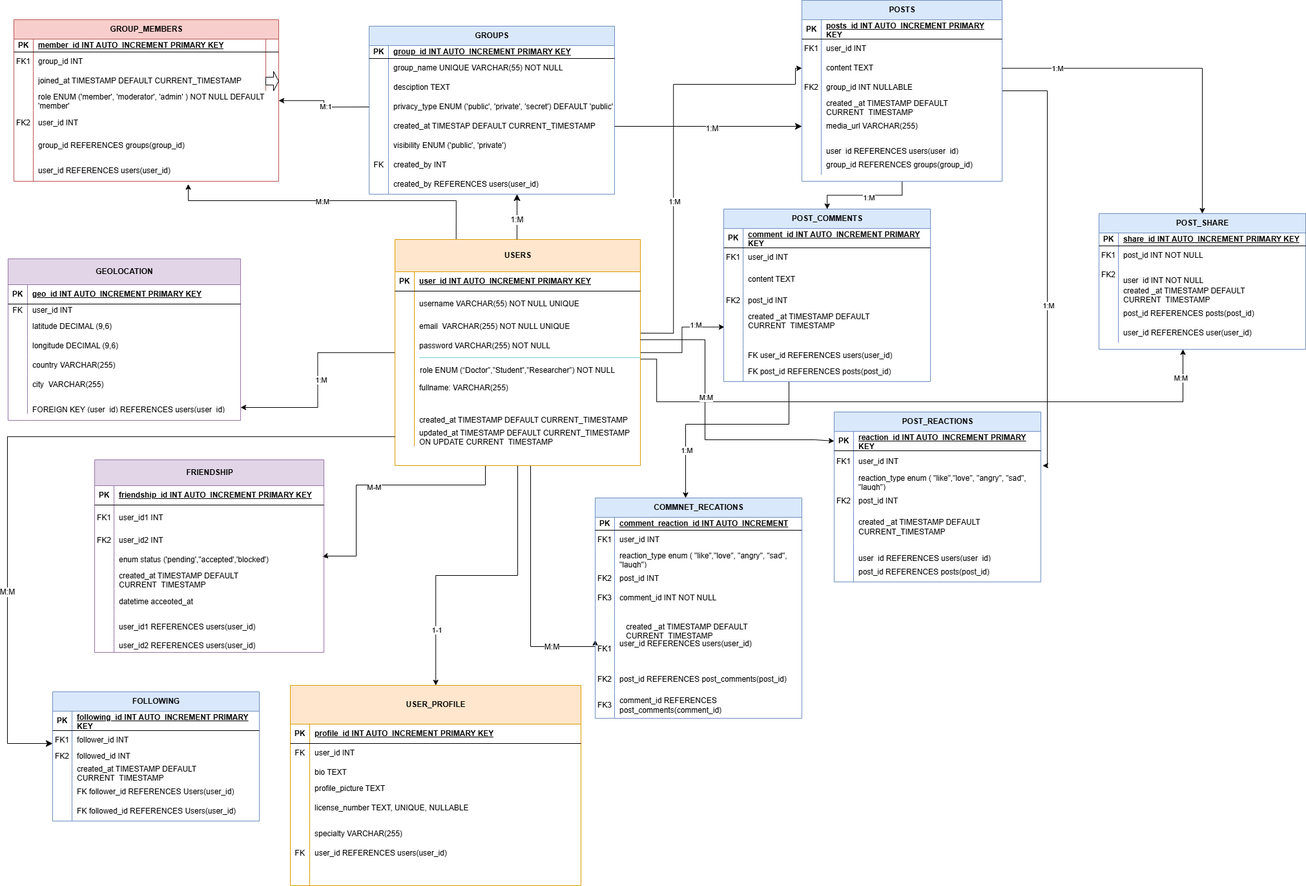
This is DB_Elisabed_Bezhiashvili_HW_SocialMedia_diagram.png from elisabed-coder/Elisabed_Bezhiashvili_SP25, a draw.io export, as it was before one commit. Source tidied: cells renumbered, new cells last; positions are measured from the earlier drawing's top-left corner, leaving out a move shared by most shapes.
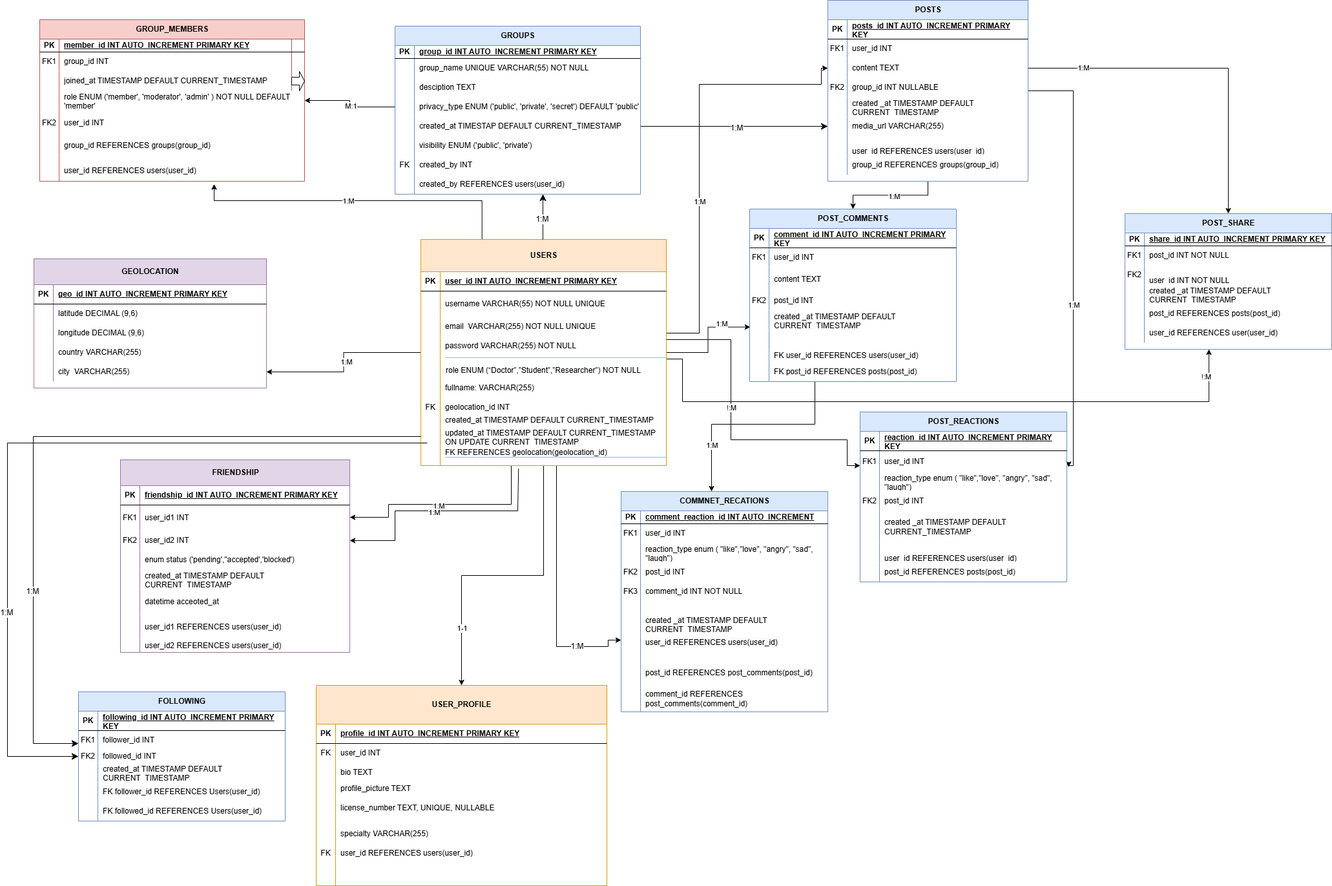
The same diagram one commit later.

Change to the diagram source:
```diff
@@ -14,3 +14,3 @@
     </mxCell>
-    <mxCell id="3" value="M:M" style="edgeLabel;html=1;align=center;verticalAlign=middle;" parent="2" vertex="1">
+    <mxCell id="3" value="1:M" style="edgeLabel;html=1;align=center;verticalAlign=middle;" parent="2" vertex="1">
       <mxGeometry x="0.06" relative="1" as="geometry">
@@ -19,3 +19,3 @@
     </mxCell>
-    <mxCell id="4" style="edgeStyle=orthogonalEdgeStyle;rounded=0;jettySize=auto;html=1;entryX=1;entryY=0.667;entryDx=0;entryDy=0;entryPerimeter=0;" parent="1" edge="1" source="18" target="114">
+    <mxCell id="4" style="edgeStyle=orthogonalEdgeStyle;rounded=0;jettySize=auto;html=1;entryX=1;entryY=0.5;entryDx=0;entryDy=0;" parent="1" edge="1" source="18" target="111">
       <mxGeometry relative="1" as="geometry" />
@@ -25,9 +25,9 @@
     </mxCell>
-    <mxCell id="6" style="edgeStyle=orthogonalEdgeStyle;rounded=0;jettySize=auto;html=1;entryX=0.994;entryY=0.333;entryDx=0;entryDy=0;entryPerimeter=0;" parent="1" edge="1" source="18" target="127">
+    <mxCell id="6" style="edgeStyle=orthogonalEdgeStyle;rounded=0;jettySize=auto;html=1;entryX=1;entryY=0.5;entryDx=0;entryDy=0;" parent="1" edge="1" source="18" target="121">
       <mxGeometry relative="1" as="geometry">
         <Array as="points">
-          <mxPoint x="740" y="750" />
-          <mxPoint x="540" y="750" />
-          <mxPoint x="540" y="860" />
-          <mxPoint x="493" y="860" />
+          <mxPoint x="740" y="780" />
+          <mxPoint x="550" y="780" />
+          <mxPoint x="550" y="800" />
+          <mxPoint x="490" y="800" />
         </Array>
@@ -35,3 +35,3 @@
     </mxCell>
-    <mxCell id="7" value="M-M" style="edgeLabel;html=1;align=center;verticalAlign=middle;" parent="6" vertex="1">
+    <mxCell id="7" value="1:M" style="edgeLabel;html=1;align=center;verticalAlign=middle;" parent="6" vertex="1">
       <mxGeometry x="0.05" y="2" relative="1" as="geometry" />
@@ -65,6 +65,9 @@
     </mxCell>
-    <mxCell id="14" style="edgeStyle=orthogonalEdgeStyle;rounded=0;jettySize=auto;html=1;entryX=0;entryY=0.414;entryDx=0;entryDy=0;entryPerimeter=0;" parent="1" edge="1" source="18" target="243">
+    <mxCell id="14" style="edgeStyle=orthogonalEdgeStyle;rounded=0;jettySize=auto;html=1;" parent="1" edge="1" source="18">
       <mxGeometry relative="1" as="geometry">
+        <mxPoint x="910" y="990" as="targetPoint" />
         <Array as="points">
           <mxPoint x="810" y="1000" />
+          <mxPoint x="890" y="1000" />
+          <mxPoint x="890" y="990" />
         </Array>
@@ -72,3 +75,3 @@
     </mxCell>
-    <mxCell id="15" value="M:M" style="edgeLabel;html=1;align=center;verticalAlign=middle;fontSize=12;" parent="14" vertex="1">
+    <mxCell id="15" value="1:M" style="edgeLabel;html=1;align=center;verticalAlign=middle;fontSize=12;" parent="14" vertex="1">
       <mxGeometry x="0.6" y="1" relative="1" as="geometry">
@@ -87,3 +90,3 @@
     </mxCell>
-    <mxCell id="17" value="M:M" style="edgeLabel;html=1;align=center;verticalAlign=middle;" parent="16" vertex="1">
+    <mxCell id="17" value="!:M" style="edgeLabel;html=1;align=center;verticalAlign=middle;" parent="16" vertex="1">
       <mxGeometry x="0.92" y="5" relative="1" as="geometry" />
@@ -150,6 +153,6 @@
     </mxCell>
-    <mxCell id="38" style="shape=partialRectangle;fillColor=none;top=0;left=0;bottom=0;right=0;overflow=hidden;whiteSpace=wrap;html=1;" parent="37" vertex="1">
+    <mxCell id="38" value="FK" style="shape=partialRectangle;fillColor=none;top=0;left=0;bottom=0;right=0;overflow=hidden;whiteSpace=wrap;html=1;" parent="37" vertex="1">
       <mxGeometry width="30" height="20" as="geometry" />
     </mxCell>
-    <mxCell id="39" style="shape=partialRectangle;fillColor=none;top=0;left=0;bottom=0;right=0;align=left;spacingLeft=6;overflow=hidden;whiteSpace=wrap;html=1;" parent="37" vertex="1">
+    <mxCell id="39" value="geolocation_id INT&amp;nbsp;" style="shape=partialRectangle;fillColor=none;top=0;left=0;bottom=0;right=0;align=left;spacingLeft=6;overflow=hidden;whiteSpace=wrap;html=1;" parent="37" vertex="1">
       <mxGeometry x="30" width="350" height="20" as="geometry" />
@@ -174,2 +177,11 @@
     </mxCell>
+    <mxCell id="330" style="shape=tableRow;horizontal=0;startSize=0;swimlaneHead=0;swimlaneBody=0;fillColor=none;points=[[0,0.5],[1,0.5]];portConstraint=eastwest;top=0;left=0;right=0;bottom=0;" parent="18" vertex="1">
+      <mxGeometry y="320" width="380" height="30" as="geometry" />
+    </mxCell>
+    <mxCell id="115" style="shape=partialRectangle;fillColor=none;top=0;left=0;bottom=0;right=0;overflow=hidden;whiteSpace=wrap;html=1;" parent="330" vertex="1">
+      <mxGeometry width="30" height="30" as="geometry" />
+    </mxCell>
+    <mxCell id="331" value="&lt;div&gt;&lt;span style=&quot;background-color: transparent; color: light-dark(rgb(0, 0, 0), rgb(255, 255, 255));&quot;&gt;FK REFERENCES geolocation(geolocation_id)&lt;/span&gt;&lt;/div&gt;&lt;div&gt;&lt;table style=&quot;margin-left:-5.4pt;border-collapse:collapse;mso-table-layout-alt:fixed;&amp;lt;br/&amp;gt; border:none;mso-border-alt:solid #76CDD8 .5pt;mso-padding-alt:0in 5.4pt 0in 5.4pt;&amp;lt;br/&amp;gt; mso-border-insideh:.5pt solid #76CDD8;mso-border-insidev:.5pt solid #76CDD8&quot; width=&quot;653&quot; cellpadding=&quot;0&quot; cellspacing=&quot;0&quot; border=&quot;1&quot; class=&quot;MsoNormalTable&quot;&gt; &lt;tbody&gt;&lt;tr style=&quot;mso-yfti-irow:0;mso-yfti-firstrow:yes;mso-yfti-lastrow:yes;&amp;lt;br/&amp;gt;  height:27.7pt&quot;&gt;  &lt;td style=&quot;width: 122.5pt; border: 1pt solid rgb(118, 205, 216); padding: 0in 5.4pt; height: 27.7pt;&quot; valign=&quot;top&quot; width=&quot;163&quot;&gt;&lt;br&gt;  &lt;p class=&quot;MsoBodyText&quot;&gt;&lt;br&gt;&lt;/p&gt;  &lt;/td&gt; &lt;/tr&gt;&lt;/tbody&gt;&lt;/table&gt;&lt;/div&gt;" style="shape=partialRectangle;fillColor=none;top=0;left=0;bottom=0;right=0;align=left;spacingLeft=6;overflow=hidden;whiteSpace=wrap;html=1;" parent="330" vertex="1">
+      <mxGeometry x="30" width="350" height="30" as="geometry" />
+    </mxCell>
     <mxCell id="46" value="GROUP_MEMBERS" style="shape=table;startSize=30;rowLines=0;fontStyle=1;align=center;html=1;fillColor=#f8cecc;strokeColor=#b85450;" parent="1" vertex="1">
@@ -325,3 +337,3 @@
     <mxCell id="95" value="GEOLOCATION" style="shape=table;startSize=40;rowLines=0;fontStyle=1;align=center;html=1;fillColor=#e1d5e7;strokeColor=#9673a6;" parent="1" vertex="1">
-      <mxGeometry x="1" y="400" width="360" height="250" as="geometry" />
+      <mxGeometry x="1" y="400" width="360" height="200" as="geometry" />
     </mxCell>
@@ -336,13 +348,4 @@
     </mxCell>
-    <mxCell id="99" style="shape=tableRow;horizontal=0;startSize=0;swimlaneHead=0;swimlaneBody=0;fillColor=none;top=0;left=0;right=0;bottom=0;" parent="95" vertex="1">
-      <mxGeometry y="70" width="360" height="20" as="geometry" />
-    </mxCell>
-    <mxCell id="100" value="FK" style="shape=partialRectangle;fillColor=none;top=0;left=0;bottom=0;right=0;overflow=hidden;whiteSpace=wrap;html=1;" parent="99" vertex="1">
-      <mxGeometry width="30" height="20" as="geometry" />
-    </mxCell>
-    <mxCell id="101" value="user_id INT" style="shape=partialRectangle;fillColor=none;top=0;left=0;bottom=0;right=0;align=left;spacingLeft=6;overflow=hidden;whiteSpace=wrap;html=1;" parent="99" vertex="1">
-      <mxGeometry x="30" width="330" height="20" as="geometry" />
-    </mxCell>
     <mxCell id="102" style="shape=tableRow;horizontal=0;startSize=0;swimlaneHead=0;swimlaneBody=0;fillColor=none;top=0;left=0;right=0;bottom=0;" parent="95" vertex="1">
-      <mxGeometry y="90" width="360" height="30" as="geometry" />
+      <mxGeometry y="70" width="360" height="30" as="geometry" />
     </mxCell>
@@ -355,3 +358,3 @@
     <mxCell id="105" style="shape=tableRow;horizontal=0;startSize=0;swimlaneHead=0;swimlaneBody=0;fillColor=none;top=0;left=0;right=0;bottom=0;" parent="95" vertex="1">
-      <mxGeometry y="120" width="360" height="30" as="geometry" />
+      <mxGeometry y="100" width="360" height="30" as="geometry" />
     </mxCell>
@@ -364,3 +367,3 @@
     <mxCell id="108" style="shape=tableRow;horizontal=0;startSize=0;swimlaneHead=0;swimlaneBody=0;fillColor=none;top=0;left=0;right=0;bottom=0;" parent="95" vertex="1">
-      <mxGeometry y="150" width="360" height="30" as="geometry" />
+      <mxGeometry y="130" width="360" height="30" as="geometry" />
     </mxCell>
@@ -373,3 +376,3 @@
     <mxCell id="111" style="shape=tableRow;horizontal=0;startSize=0;swimlaneHead=0;swimlaneBody=0;fillColor=none;points=[[0,0.5],[1,0.5]];portConstraint=eastwest;top=0;left=0;right=0;bottom=0;" parent="95" vertex="1">
-      <mxGeometry y="180" width="360" height="30" as="geometry" />
+      <mxGeometry y="160" width="360" height="30" as="geometry" />
     </mxCell>
@@ -381,11 +384,2 @@
     </mxCell>
-    <mxCell id="114" style="shape=tableRow;horizontal=0;startSize=0;swimlaneHead=0;swimlaneBody=0;fillColor=none;points=[[0,0.5],[1,0.5]];portConstraint=eastwest;top=0;left=0;right=0;bottom=0;" parent="95" vertex="1">
-      <mxGeometry y="210" width="360" height="30" as="geometry" />
-    </mxCell>
-    <mxCell id="115" style="shape=partialRectangle;fillColor=none;top=0;left=0;bottom=0;right=0;overflow=hidden;whiteSpace=wrap;html=1;" parent="114" vertex="1">
-      <mxGeometry width="30" height="30" as="geometry" />
-    </mxCell>
-    <mxCell id="116" value="&lt;br&gt;FOREIGN KEY (user_id) REFERENCES users(user_id)" style="shape=partialRectangle;fillColor=none;top=0;left=0;bottom=0;right=0;align=left;spacingLeft=6;overflow=hidden;whiteSpace=wrap;html=1;" parent="114" vertex="1">
-      <mxGeometry x="30" width="330" height="30" as="geometry" />
-    </mxCell>
     <mxCell id="117" value="FRIENDSHIP" style="shape=table;startSize=40;rowLines=0;fontStyle=1;align=center;html=1;fillColor=#e1d5e7;strokeColor=#9673a6;" parent="1" vertex="1">
@@ -730,3 +724,3 @@
     <mxCell id="224" value="COMMNET_RECATIONS" style="shape=table;startSize=30;rowLines=0;fontStyle=1;align=center;html=1;fillColor=#dae8fc;strokeColor=#6c8ebf;" parent="1" vertex="1">
-      <mxGeometry x="910" y="770" width="320" height="341" as="geometry" />
+      <mxGeometry x="910" y="760" width="320" height="341" as="geometry" />
     </mxCell>
@@ -789,6 +783,6 @@
     </mxCell>
-    <mxCell id="244" value="&lt;br&gt;&lt;span style=&quot;color: rgb(0, 0, 0); font-family: Helvetica; font-size: 12px; font-style: normal; font-variant-ligatures: normal; font-variant-caps: normal; font-weight: 400; letter-spacing: normal; orphans: 2; text-align: center; text-indent: 0px; text-transform: none; widows: 2; word-spacing: 0px; -webkit-text-stroke-width: 0px; white-space: normal; background-color: rgb(251, 251, 251); text-decoration-thickness: initial; text-decoration-style: initial; text-decoration-color: initial; float: none; display: inline !important;&quot;&gt;FK1&lt;/span&gt;" style="shape=partialRectangle;fillColor=none;top=0;left=0;bottom=0;right=0;overflow=hidden;whiteSpace=wrap;html=1;" parent="243" vertex="1">
+    <mxCell id="244" style="shape=partialRectangle;fillColor=none;top=0;left=0;bottom=0;right=0;overflow=hidden;whiteSpace=wrap;html=1;" parent="243" vertex="1">
       <mxGeometry width="30" height="70" as="geometry" />
     </mxCell>
-    <mxCell id="245" value="&lt;br&gt;&lt;span style=&quot;color: rgb(0, 0, 0); font-family: Helvetica; font-size: 12px; font-style: normal; font-variant-ligatures: normal; font-variant-caps: normal; font-weight: 400; letter-spacing: normal; orphans: 2; text-align: left; text-indent: 0px; text-transform: none; widows: 2; word-spacing: 0px; -webkit-text-stroke-width: 0px; white-space: normal; background-color: rgb(251, 251, 251); text-decoration-thickness: initial; text-decoration-style: initial; text-decoration-color: initial; float: none; display: inline !important;&quot;&gt;user_id REFERENCES users(user_id)&lt;/span&gt;&lt;div&gt;&lt;br&gt;&lt;/div&gt;" style="shape=partialRectangle;fillColor=none;top=0;left=0;bottom=0;right=0;align=left;spacingLeft=6;overflow=hidden;whiteSpace=wrap;html=1;" parent="243" vertex="1">
+    <mxCell id="245" value="&lt;br&gt;&lt;span style=&quot;color: rgb(0, 0, 0); font-family: Helvetica; font-size: 12px; font-style: normal; font-variant-ligatures: normal; font-variant-caps: normal; font-weight: 400; letter-spacing: normal; orphans: 2; text-align: left; text-indent: 0px; text-transform: none; widows: 2; word-spacing: 0px; -webkit-text-stroke-width: 0px; white-space: normal; background-color: rgb(251, 251, 251); text-decoration-thickness: initial; text-decoration-style: initial; text-decoration-color: initial; float: none; display: inline !important;&quot;&gt;&lt;br&gt;&lt;/span&gt;&lt;div&gt;&lt;span style=&quot;color: rgb(0, 0, 0); font-family: Helvetica; font-size: 12px; font-style: normal; font-variant-ligatures: normal; font-variant-caps: normal; font-weight: 400; letter-spacing: normal; orphans: 2; text-align: left; text-indent: 0px; text-transform: none; widows: 2; word-spacing: 0px; -webkit-text-stroke-width: 0px; white-space: normal; background-color: rgb(251, 251, 251); text-decoration-thickness: initial; text-decoration-style: initial; text-decoration-color: initial; float: none; display: inline !important;&quot;&gt;user_id REFERENCES users(user_id)&lt;/span&gt;&lt;div&gt;&lt;br&gt;&lt;/div&gt;&lt;/div&gt;" style="shape=partialRectangle;fillColor=none;top=0;left=0;bottom=0;right=0;align=left;spacingLeft=6;overflow=hidden;whiteSpace=wrap;html=1;" parent="243" vertex="1">
       <mxGeometry x="30" width="290" height="70" as="geometry" />
@@ -798,3 +792,3 @@
     </mxCell>
-    <mxCell id="247" value="FK2" style="shape=partialRectangle;fillColor=none;top=0;left=0;bottom=0;right=0;overflow=hidden;whiteSpace=wrap;html=1;" parent="246" vertex="1">
+    <mxCell id="247" style="shape=partialRectangle;fillColor=none;top=0;left=0;bottom=0;right=0;overflow=hidden;whiteSpace=wrap;html=1;" parent="246" vertex="1">
       <mxGeometry width="30" height="40" as="geometry" />
@@ -807,3 +801,3 @@
     </mxCell>
-    <mxCell id="250" value="FK3" style="shape=partialRectangle;fillColor=none;top=0;left=0;bottom=0;right=0;overflow=hidden;whiteSpace=wrap;html=1;" parent="249" vertex="1">
+    <mxCell id="250" style="shape=partialRectangle;fillColor=none;top=0;left=0;bottom=0;right=0;overflow=hidden;whiteSpace=wrap;html=1;" parent="249" vertex="1">
       <mxGeometry width="30" height="40" as="geometry" />
@@ -813,3 +807,3 @@
     </mxCell>
-    <mxCell id="252" style="edgeStyle=orthogonalEdgeStyle;rounded=0;jettySize=auto;html=1;entryX=0;entryY=0.5;entryDx=0;entryDy=0;" parent="1" edge="1" source="28" target="201">
+    <mxCell id="252" style="edgeStyle=orthogonalEdgeStyle;rounded=0;jettySize=auto;html=1;entryX=0;entryY=0.697;entryDx=0;entryDy=0;entryPerimeter=0;" parent="1" edge="1" source="28" target="204">
       <mxGeometry relative="1" as="geometry">
@@ -818,3 +812,4 @@
           <mxPoint x="1080" y="680" />
-          <mxPoint x="1250" y="680" />
+          <mxPoint x="1260" y="680" />
+          <mxPoint x="1260" y="720" />
         </Array>
@@ -822,3 +817,3 @@
     </mxCell>
-    <mxCell id="253" value="M:M" style="edgeLabel;html=1;align=center;verticalAlign=middle;" parent="252" vertex="1">
+    <mxCell id="253" value="!:M" style="edgeLabel;html=1;align=center;verticalAlign=middle;" parent="252" vertex="1">
       <mxGeometry x="-0.17" relative="1" as="geometry" />
@@ -916,3 +911,3 @@
     <mxCell id="284" value="created _at TIMESTAMP DEFAULT CURRENT_TIMESTAMP" style="shape=partialRectangle;fillColor=none;top=0;left=0;bottom=0;right=0;align=left;spacingLeft=6;overflow=hidden;whiteSpace=wrap;html=1;" parent="1" vertex="1">
-      <mxGeometry x="950" y="960" width="290" height="30" as="geometry" />
+      <mxGeometry x="940" y="950" width="290" height="30" as="geometry" />
     </mxCell>
@@ -1055,3 +1050,3 @@
     </mxCell>
-    <mxCell id="327" value="M:M" style="edgeLabel;html=1;align=center;verticalAlign=middle;fontSize=12;" parent="326" vertex="1">
+    <mxCell id="327" value="1:M" style="edgeLabel;html=1;align=center;verticalAlign=middle;fontSize=12;" parent="326" vertex="1">
       <mxGeometry x="0.47" y="-2" relative="1" as="geometry">
@@ -1068,2 +1063,31 @@
     </mxCell>
+    <mxCell id="332" style="edgeStyle=orthogonalEdgeStyle;rounded=0;jettySize=auto;html=1;entryX=1;entryY=0.5;entryDx=0;entryDy=0;exitX=0.398;exitY=1.157;exitDx=0;exitDy=0;exitPerimeter=0;" parent="1" edge="1" source="330" target="124">
+      <mxGeometry relative="1" as="geometry">
+        <Array as="points">
+          <mxPoint x="750" y="725" />
+          <mxPoint x="750" y="790" />
+          <mxPoint x="560" y="790" />
+          <mxPoint x="560" y="836" />
+        </Array>
+      </mxGeometry>
+    </mxCell>
+    <mxCell id="333" value="1:M" style="edgeLabel;html=1;align=center;verticalAlign=middle;" parent="332" vertex="1">
+      <mxGeometry x="0.05" y="2" relative="1" as="geometry" />
+    </mxCell>
+    <mxCell id="334" style="edgeStyle=orthogonalEdgeStyle;rounded=0;orthogonalLoop=1;jettySize=auto;html=1;fontSize=12;startSize=8;endSize=8;" parent="1" edge="1">
+      <mxGeometry relative="1" as="geometry">
+        <mxPoint x="610" y="685" as="sourcePoint" />
+        <mxPoint x="70" y="1170" as="targetPoint" />
+        <Array as="points">
+          <mxPoint x="-40" y="685" />
+          <mxPoint x="-40" y="1170" />
+          <mxPoint x="70" y="1170" />
+        </Array>
+      </mxGeometry>
+    </mxCell>
+    <mxCell id="335" value="1:M" style="edgeLabel;html=1;align=center;verticalAlign=middle;fontSize=12;" parent="334" vertex="1">
+      <mxGeometry x="0.47" y="-2" relative="1" as="geometry">
+        <mxPoint y="-1" as="offset" />
+      </mxGeometry>
+    </mxCell>
   </root>
```
